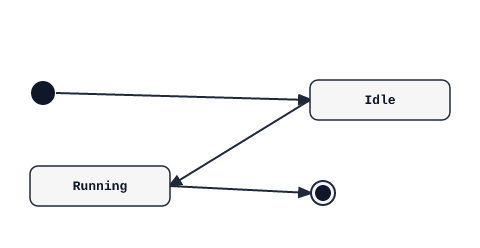
The PlantUML diagram tests/visual_baselines/state/01_basic.png in alliecatowo/puml, before a commit. Its source is kept beside it as docs/examples/state/01_basic.puml.
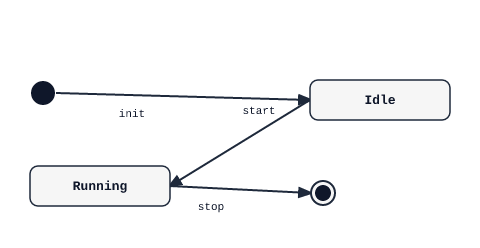
Later version of the same file.

Commit message:
fix(render): add transition labels to state/01_basic fixture

What changed in the source:
```diff
@@ -1,5 +1,5 @@
 @startuml
-[*] --> Idle
-Idle --> Running
-Running --> [*]
+[*] --> Idle : init
+Idle --> Running : start
+Running --> [*] : stop
 @enduml
```
